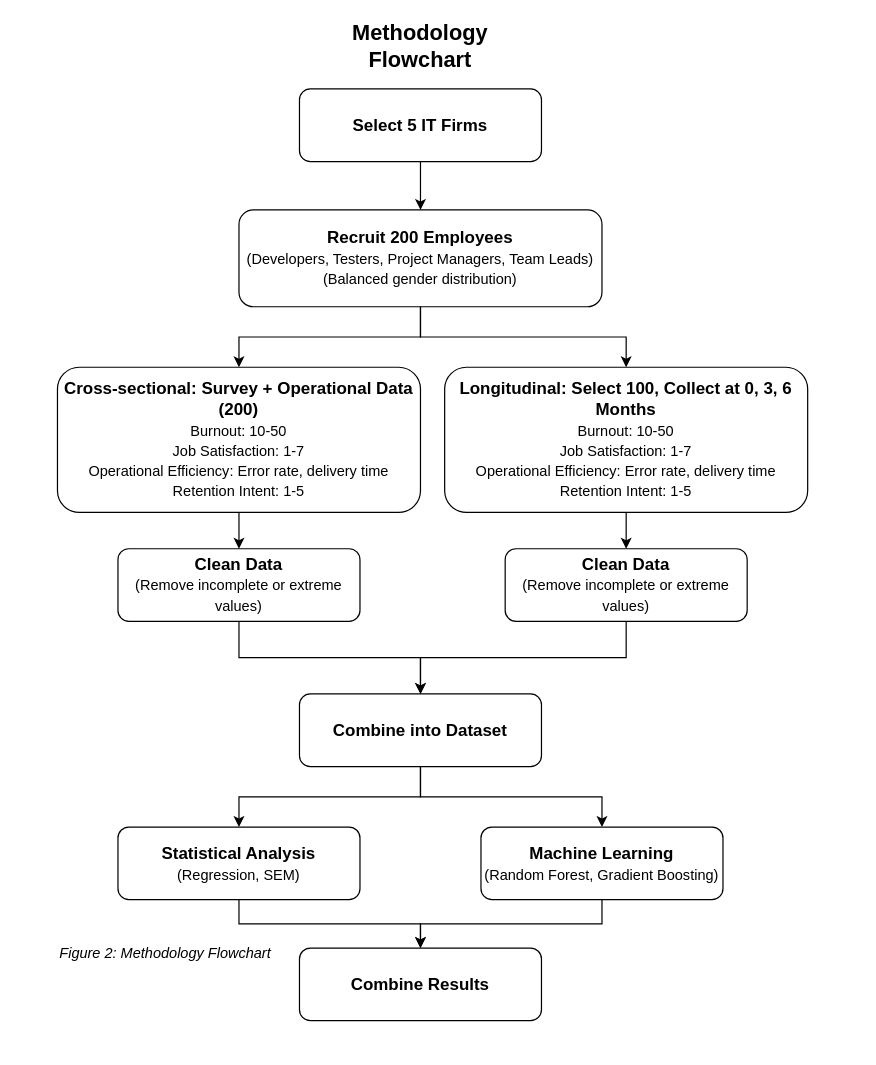
Earlier version of the draw.io diagram WLB2-2.drawio (vinayak-k24/DrawIO). Source tidied: cells renumbered, new cells numbered last; positions are measured from the earlier drawing's top-left corner, leaving out a move shared by most shapes. Both pictures are drawn from the tidied source at 121%, with x=0, y=0 at pixel (57, 28).
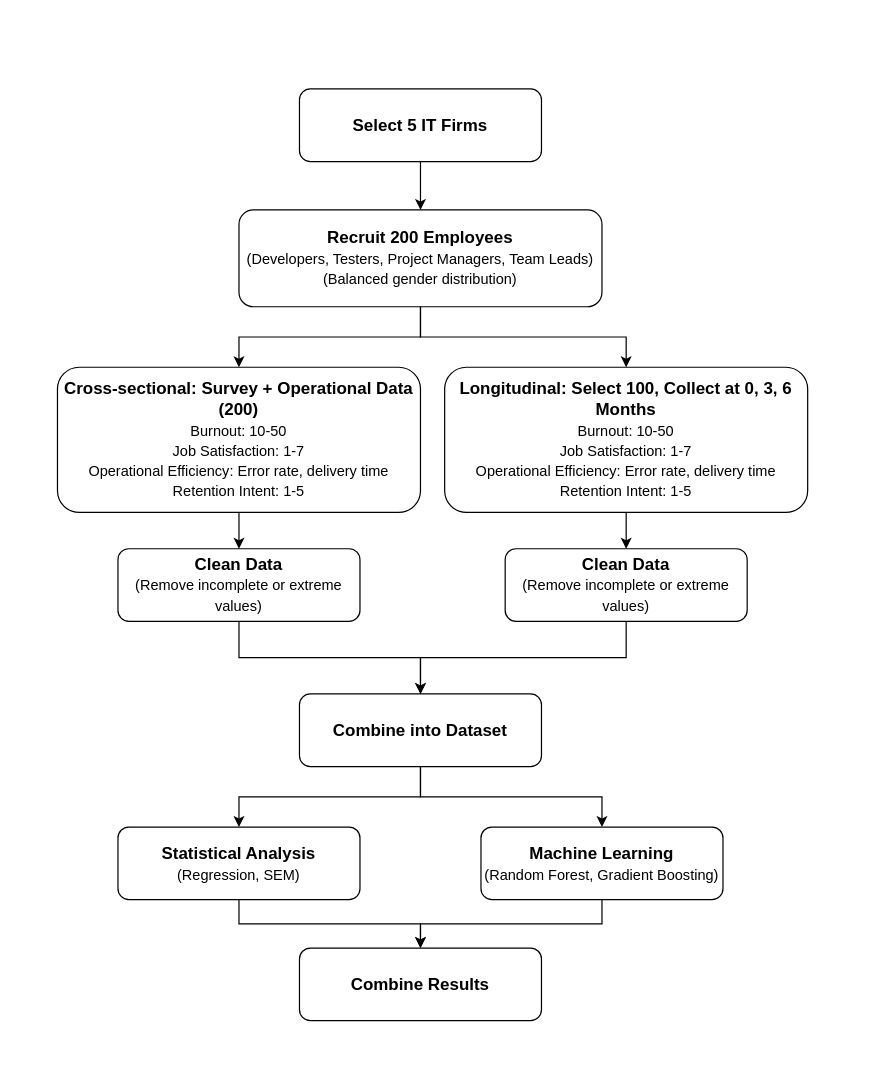
After the change.

What changed in the source:
```diff
@@
-    <mxCell id="2" value="Methodology Flowchart" style="text;html=1;strokeColor=none;fillColor=none;align=center;verticalAlign=middle;whiteSpace=wrap;rounded=0;fontSize=18;fontStyle=1;" parent="1" vertex="1">
-      <mxGeometry x="200" width="200" height="30" as="geometry" />
-    </mxCell>
+    <mxCell id="25" style="rounded=0;whiteSpace=wrap;html=1;strokeColor=none;" parent="1" vertex="1">
+      <mxGeometry x="-30" y="30" width="690" height="810" as="geometry" />
+    </mxCell>
@@
-    <mxCell id="13" value="Figure 2: Methodology Flowchart" style="text;html=1;strokeColor=none;fillColor=none;align=left;verticalAlign=middle;whiteSpace=wrap;rounded=0;fontSize=12;fontStyle=2;" parent="1" vertex="1">
-      <mxGeometry y="750" width="200" height="30" as="geometry" />
-    </mxCell>
```
